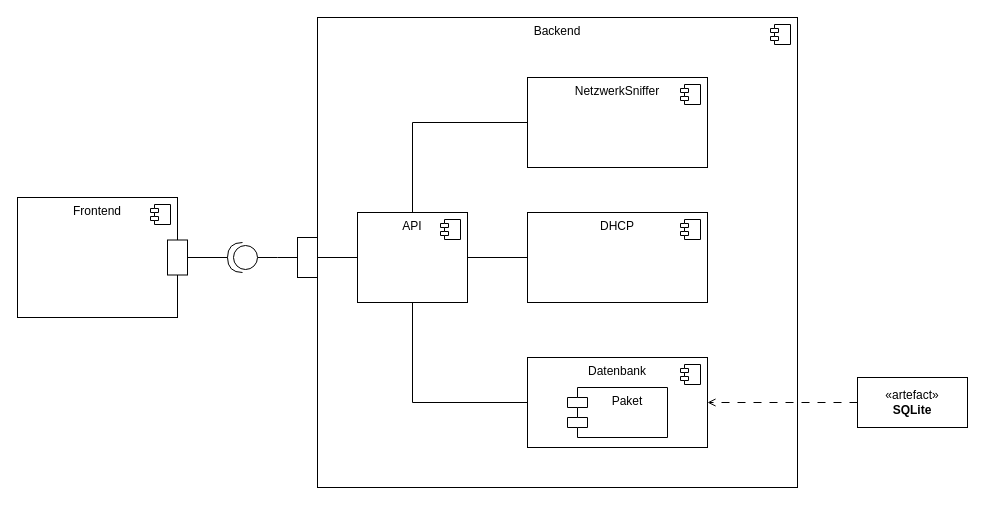
Before: doku/my_dia/KomponentenDiagram.drawio in repeter42/bachelor, a draw.io diagram. Source tidied: cells renumbered, new cells numbered last; positions are measured from the earlier drawing's top-left corner, leaving out a move shared by most shapes. Both pictures are drawn from the tidied source at 100%, with x=0, y=0 at pixel (17, 17).
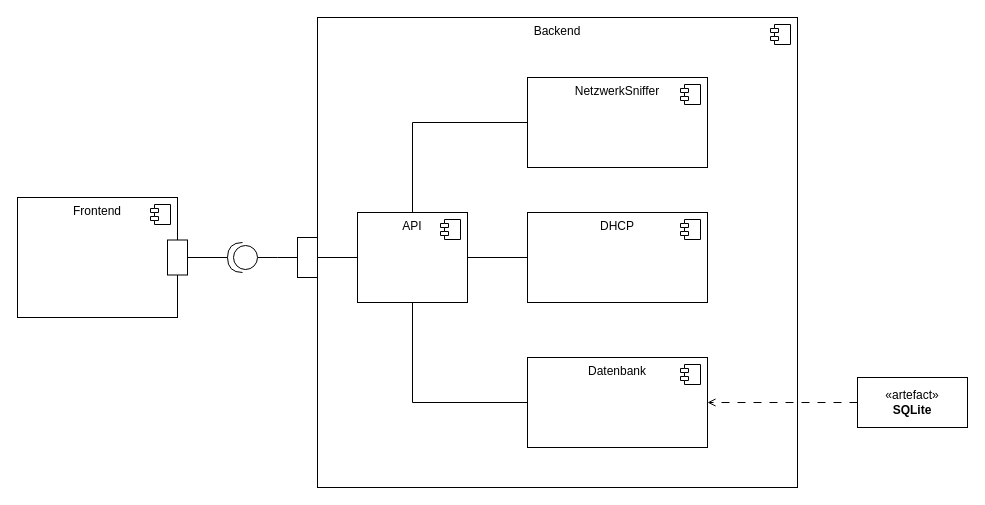
The same page after the edit.

Change to the diagram source:
```diff
@@
-    <mxCell id="21" value="Paket" style="shape=module;align=left;spacingLeft=20;align=center;verticalAlign=top;whiteSpace=wrap;html=1;" parent="1" vertex="1">
-      <mxGeometry x="550" y="370" width="100" height="50" as="geometry" />
-    </mxCell>
```
